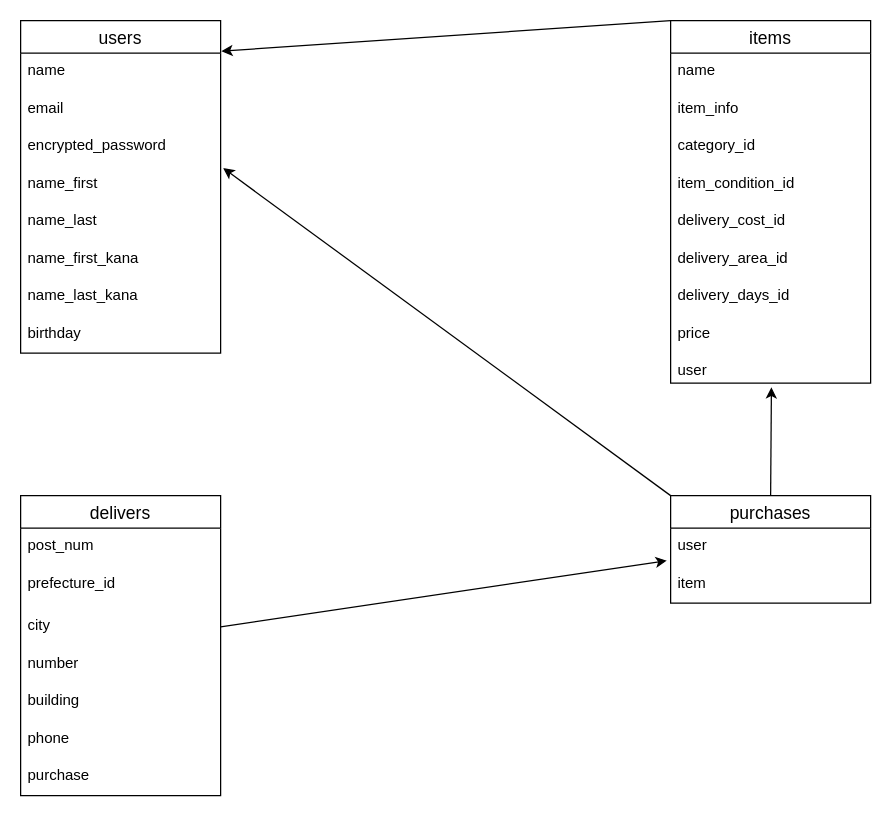
Before: furima.dio in umigitumi/furima-39755, a draw.io diagram. Source tidied: cells renumbered, new cells numbered last; positions are measured from the earlier drawing's top-left corner, leaving out a move shared by most shapes. Both pictures are drawn from the tidied source at 125%, with x=0, y=0 at pixel (20, 20).
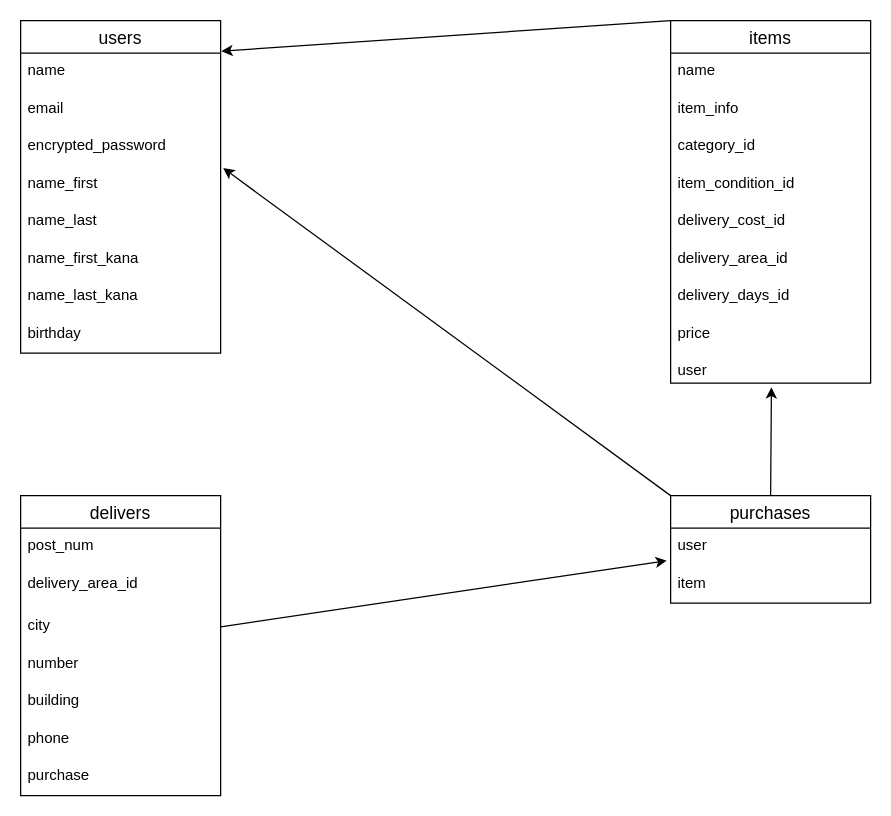
The same diagram, later.

The change refers to these unchanged cells:
```xml
<mxCell id="22" value="delivers" style="swimlane;fontStyle=0;horizontal=1;startSize=26;align=center;fontSize=14;" parent="1" vertex="1">
  <mxGeometry y="380" width="160" height="240" as="geometry" />
</mxCell>
```

Change to the diagram source:
```diff
@@
-    <mxCell id="24" value="prefecture_id" style="text;strokeColor=none;fillColor=none;spacingLeft=4;spacingRight=4;overflow=hidden;fontSize=12;" parent="22" vertex="1">
+    <mxCell id="24" value="delivery_area_id" style="text;strokeColor=none;fillColor=none;spacingLeft=4;spacingRight=4;overflow=hidden;fontSize=12;" parent="22" vertex="1">
       <mxGeometry y="56" width="160" height="34" as="geometry" />
     </mxCell>
```
